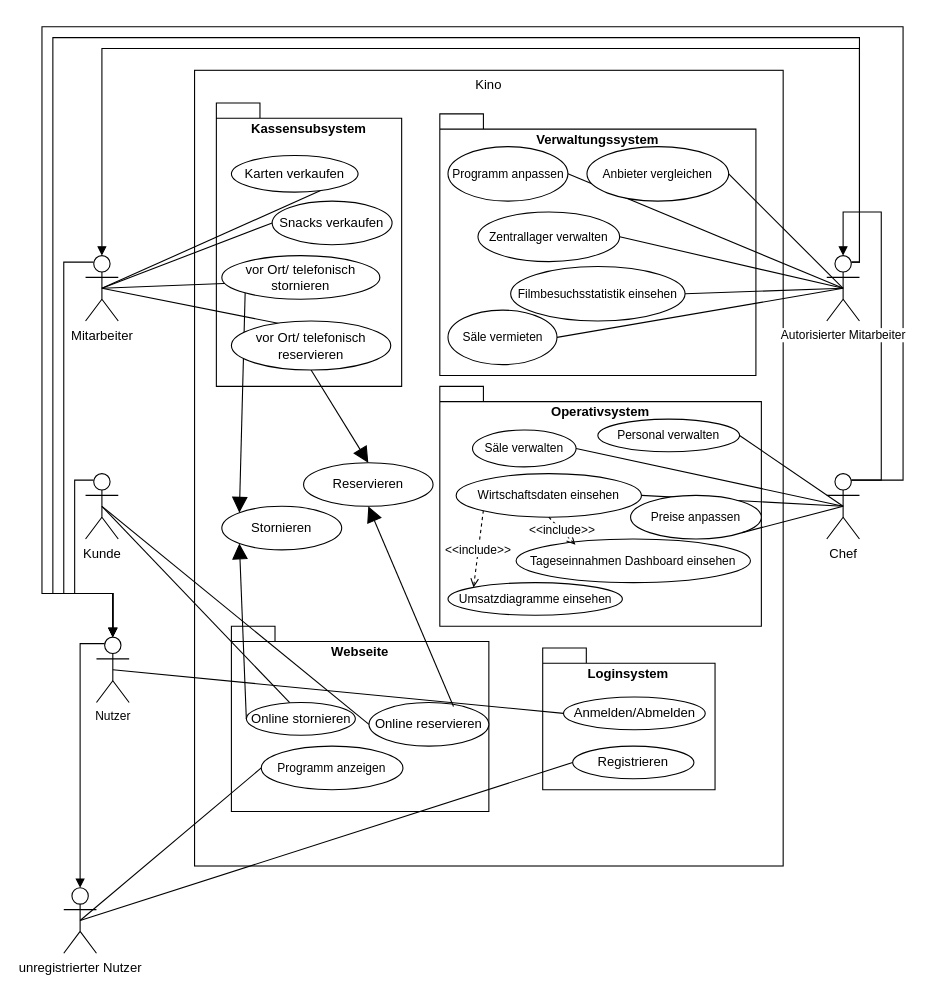
Leonard0108/Anwendungsprogrammierung keeps this draw.io diagram as src/main/asciidoc/models/analysis/UseCase/UseCase.drawio. Above is the earlier version. Source tidied: cells renumbered, new cells numbered last; positions are measured from the earlier drawing's top-left corner, leaving out a move shared by most shapes. Both pictures are drawn from the tidied source at 109%, with x=0, y=0 at pixel (41, 26).
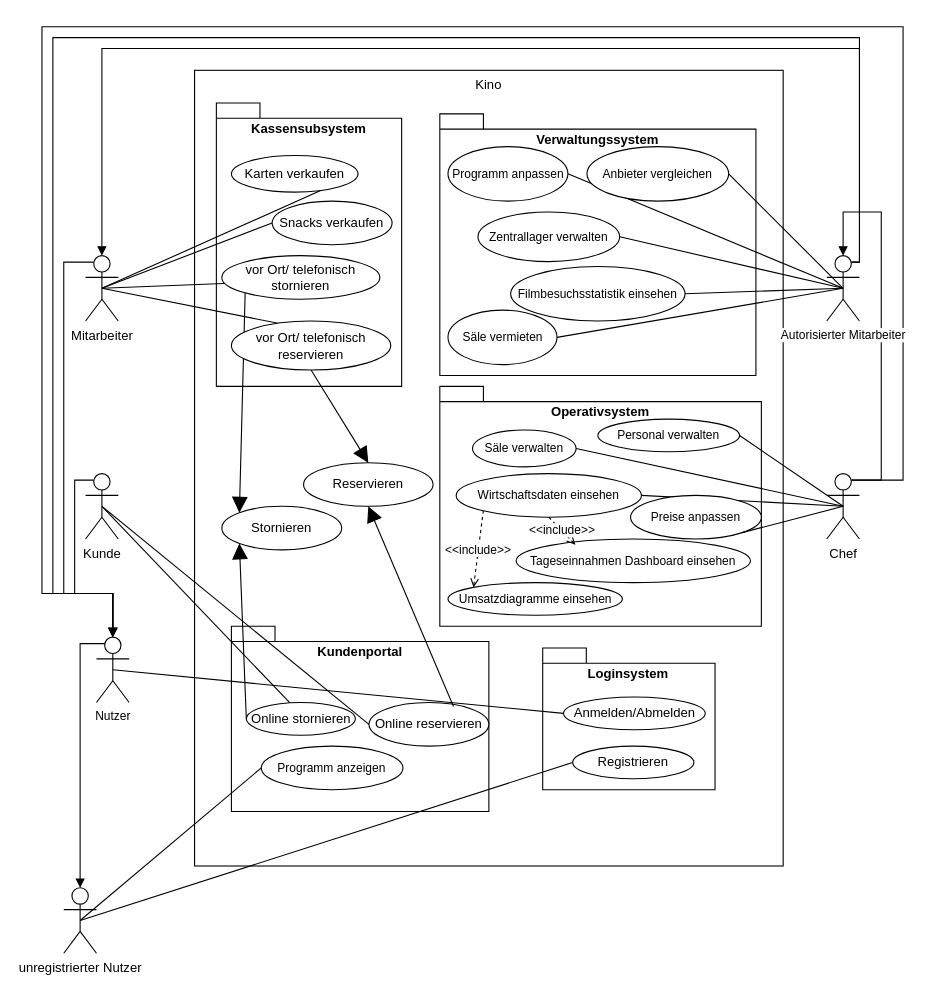
Above is the later version.

Commit message (it also covers changes not shown here):
Webseite -> Kundenportal

What changed in the source:
```diff
@@
-    <mxCell id="34" value="Webseite" style="shape=folder;fontStyle=1;spacingTop=10;tabWidth=40;tabHeight=14;tabPosition=left;html=1;whiteSpace=wrap;verticalAlign=top;" parent="1" vertex="1">
+    <mxCell id="34" value="Kundenportal" style="shape=folder;fontStyle=1;spacingTop=10;tabWidth=40;tabHeight=14;tabPosition=left;html=1;whiteSpace=wrap;verticalAlign=top;" parent="1" vertex="1">
       <mxGeometry x="173.8" y="550" width="236.2" height="170" as="geometry" />
     </mxCell>
```
